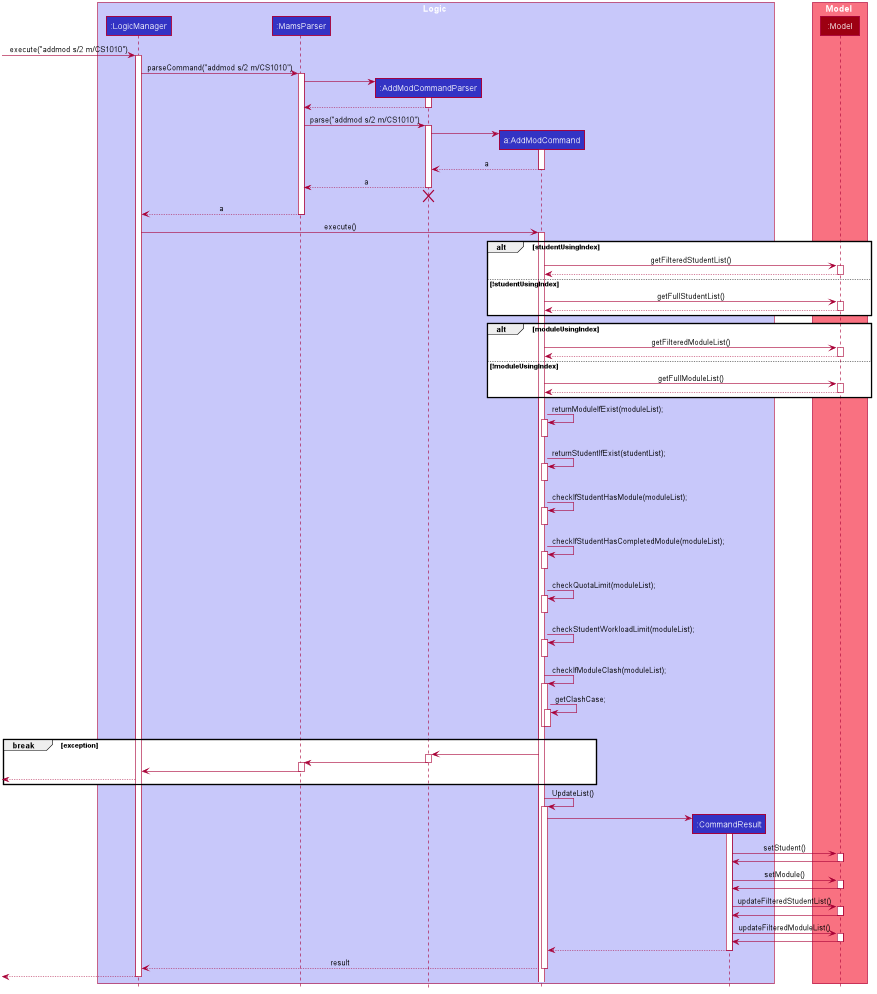
nus-cs2103-AY1920S1/addressbook-level3 keeps this PlantUML diagram as docs/images/AddModSequenceDiagram.png. Above is the earlier version. Source of this version:
```plantuml
@startuml








skinparam BackgroundColor #FFFFFFF

skinparam Shadowing false

skinparam Class {
    FontColor #FFFFFF
    BorderThickness 1
    BorderColor #FFFFFF
    StereotypeFontColor #FFFFFF
    FontName Arial
}

skinparam Actor {
    BorderColor #000000
    Color #000000
    FontName Arial
}

skinparam Sequence {
    MessageAlign center
    BoxFontSize 15
    BoxPadding 0
    BoxFontColor #FFFFFF
    FontName Arial
}

skinparam Participant {
    FontColor #FFFFFFF
    Padding 20
}

skinparam MinClassWidth 50
skinparam ParticipantPadding 10
skinparam Shadowing false
skinparam DefaultTextAlignment center
skinparam packageStyle Rectangle

hide footbox
hide members
hide circle

box Logic #C8C8FA
participant ":LogicManager" as LogicManager #3333C4
participant ":MamsParser" as MamsParser #3333C4
participant ":AddModCommandParser" as AddModCommandParser #3333C4
participant "a:AddModCommand" as AddModCommand #3333C4
participant ":CommandResult" as CommandResult #3333C4
end box

box Model #F97181
participant ":Model" as Model #9D0012
end box

[-> LogicManager : execute("addmod s/2 m/CS1010")
activate LogicManager

LogicManager -> MamsParser : parseCommand("addmod s/2 m/CS1010")
activate MamsParser

create AddModCommandParser
MamsParser -> AddModCommandParser
activate AddModCommandParser

AddModCommandParser --> MamsParser
deactivate AddModCommandParser

MamsParser -> AddModCommandParser : parse("addmod s/2 m/CS1010")
activate AddModCommandParser

create AddModCommand
AddModCommandParser -> AddModCommand
activate AddModCommand

AddModCommand --> AddModCommandParser : a
deactivate AddModCommand

AddModCommandParser --> MamsParser : a
deactivate AddModCommandParser
AddModCommandParser -[hidden]-> MamsParser
destroy AddModCommandParser

MamsParser --> LogicManager : a
deactivate MamsParser

LogicManager -> AddModCommand : execute()
activate AddModCommand

alt studentUsingIndex
    AddModCommand -> Model : getFilteredStudentList()
    activate Model

    Model --> AddModCommand
    deactivate Model
else !studentUsingIndex
    AddModCommand -> Model : getFullStudentList()
    activate Model

    Model --> AddModCommand
    deactivate Model

end

alt moduleUsingIndex
    AddModCommand -> Model : getFilteredModuleList()
    activate Model

    Model --> AddModCommand
    deactivate Model
else !moduleUsingIndex
    AddModCommand -> Model : getFullModuleList()
    activate Model

    Model --> AddModCommand
    deactivate Model

end

AddModCommand -> AddModCommand: returnModuleIfExist(moduleList);
activate AddModCommand
deactivate AddModCommand
AddModCommand -> AddModCommand: returnStudentIfExist(studentList);
activate AddModCommand
deactivate AddModCommand
AddModCommand -> AddModCommand: checkIfStudentHasModule(moduleList);
activate AddModCommand
deactivate AddModCommand
AddModCommand -> AddModCommand: checkIfStudentHasCompletedModule(moduleList);
activate AddModCommand
deactivate AddModCommand
AddModCommand -> AddModCommand: checkQuotaLimit(moduleList);
activate AddModCommand
deactivate AddModCommand
AddModCommand -> AddModCommand: checkStudentWorkloadLimit(moduleList);
activate AddModCommand
deactivate AddModCommand
AddModCommand -> AddModCommand: checkIfModuleClash(moduleList);
activate AddModCommand
AddModCommand -> AddModCommand: getClashCase;
activate AddModCommand
deactivate AddModCommand
deactivate AddModCommand

break exception
   AddModCommand -> AddModCommandParser
   activate AddModCommandParser
   AddModCommandParser -> MamsParser
   deactivate AddModCommandParser
   activate MamsParser
   MamsParser -> LogicManager
   deactivate MamsParser
[<--LogicManager
end

AddModCommand -> AddModCommand: UpdateList()

create CommandResult
activate AddModCommand

AddModCommand -> CommandResult
activate CommandResult

CommandResult -> Model: setStudent()
activate Model
Model -> CommandResult
deactivate Model

CommandResult -> Model: setModule()
activate Model
Model -> CommandResult
deactivate Model

CommandResult -> Model: updateFilteredStudentList()
activate Model
Model -> CommandResult
deactivate Model

CommandResult -> Model: updateFilteredModuleList()
activate Model
Model -> CommandResult
deactivate Model

CommandResult --> AddModCommand
deactivate CommandResult

AddModCommand --> LogicManager : result
deactivate AddModCommand

[<--LogicManager
deactivate LogicManager
@enduml
```
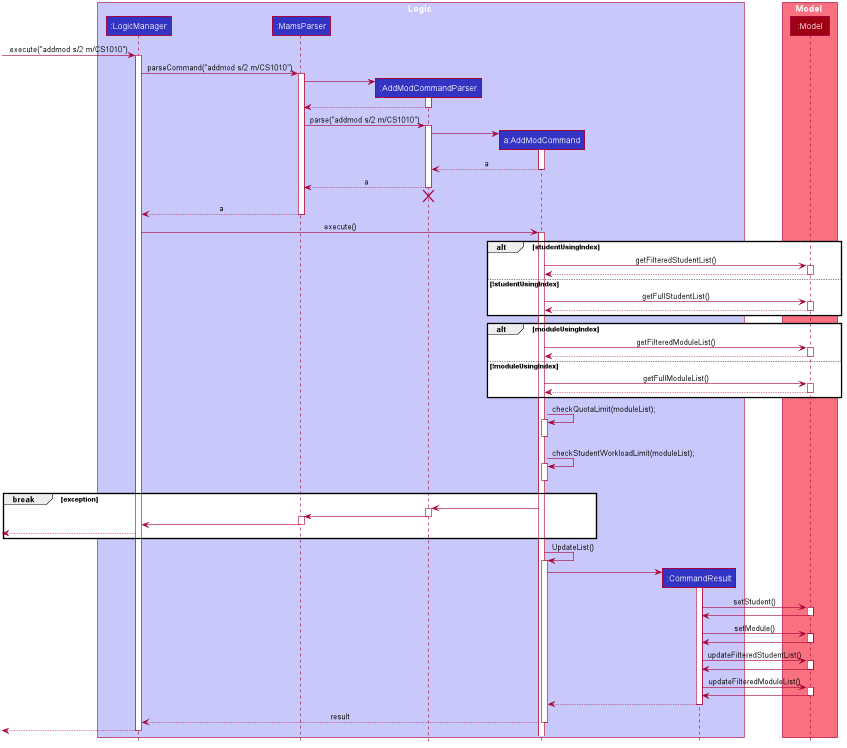
Later version of the same file.

Change to the diagram source:
```diff
@@ -124,30 +124,14 @@
 
 end
 
-AddModCommand -> AddModCommand: returnModuleIfExist(moduleList);
-activate AddModCommand
-deactivate AddModCommand
-AddModCommand -> AddModCommand: returnStudentIfExist(studentList);
-activate AddModCommand
-deactivate AddModCommand
-AddModCommand -> AddModCommand: checkIfStudentHasModule(moduleList);
-activate AddModCommand
-deactivate AddModCommand
-AddModCommand -> AddModCommand: checkIfStudentHasCompletedModule(moduleList);
-activate AddModCommand
-deactivate AddModCommand
+
 AddModCommand -> AddModCommand: checkQuotaLimit(moduleList);
 activate AddModCommand
 deactivate AddModCommand
 AddModCommand -> AddModCommand: checkStudentWorkloadLimit(moduleList);
 activate AddModCommand
 deactivate AddModCommand
-AddModCommand -> AddModCommand: checkIfModuleClash(moduleList);
-activate AddModCommand
-AddModCommand -> AddModCommand: getClashCase;
-activate AddModCommand
-deactivate AddModCommand
-deactivate AddModCommand
+
 
 break exception
    AddModCommand -> AddModCommandParser
```
